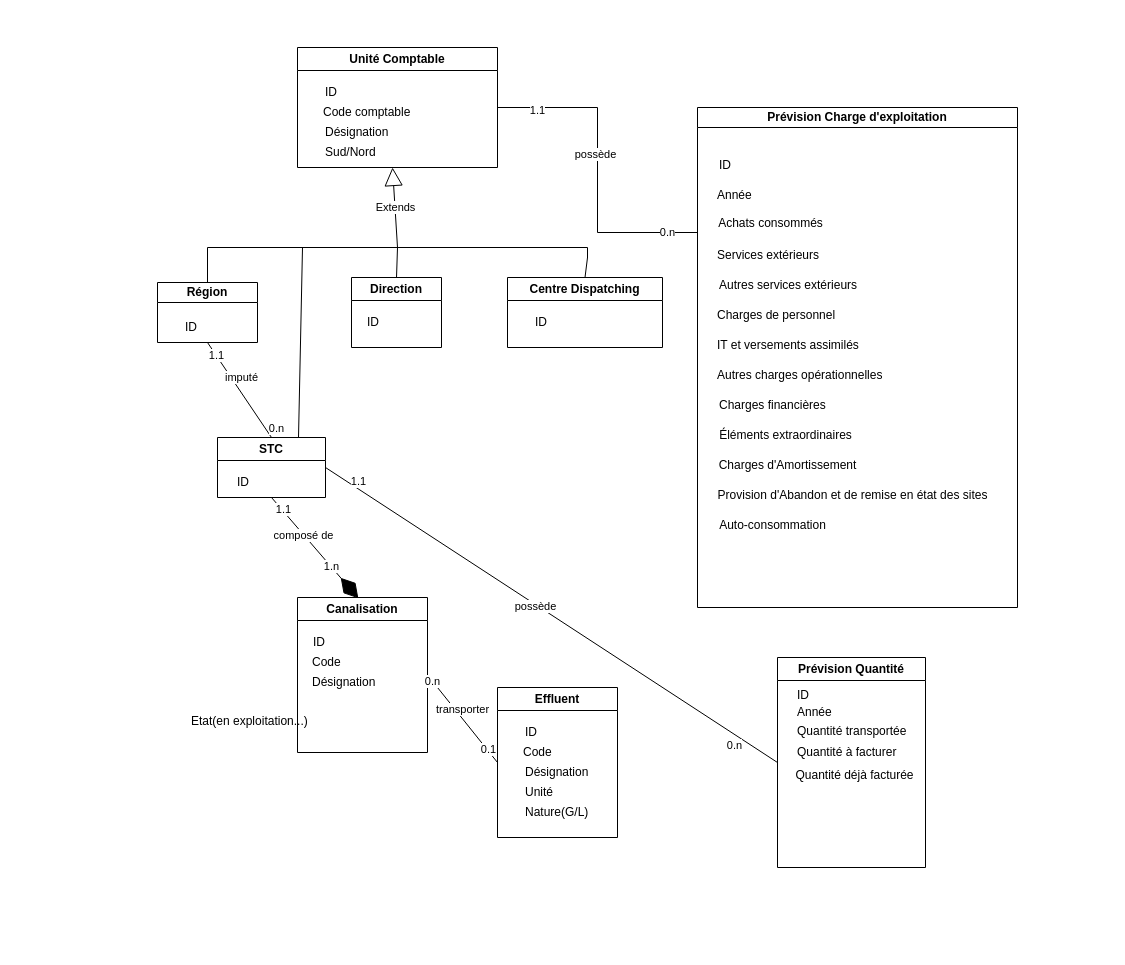
Earlier version of the draw.io diagram Diagramme de class Tarification.drawio.xml (saddambelabed/Conception). Source tidied: cells renumbered, new cells numbered last; positions are measured from the earlier drawing's top-left corner, leaving out a move shared by most shapes. Both pictures are drawn from the tidied source at 100%, with x=0, y=0 at pixel (157, 47).
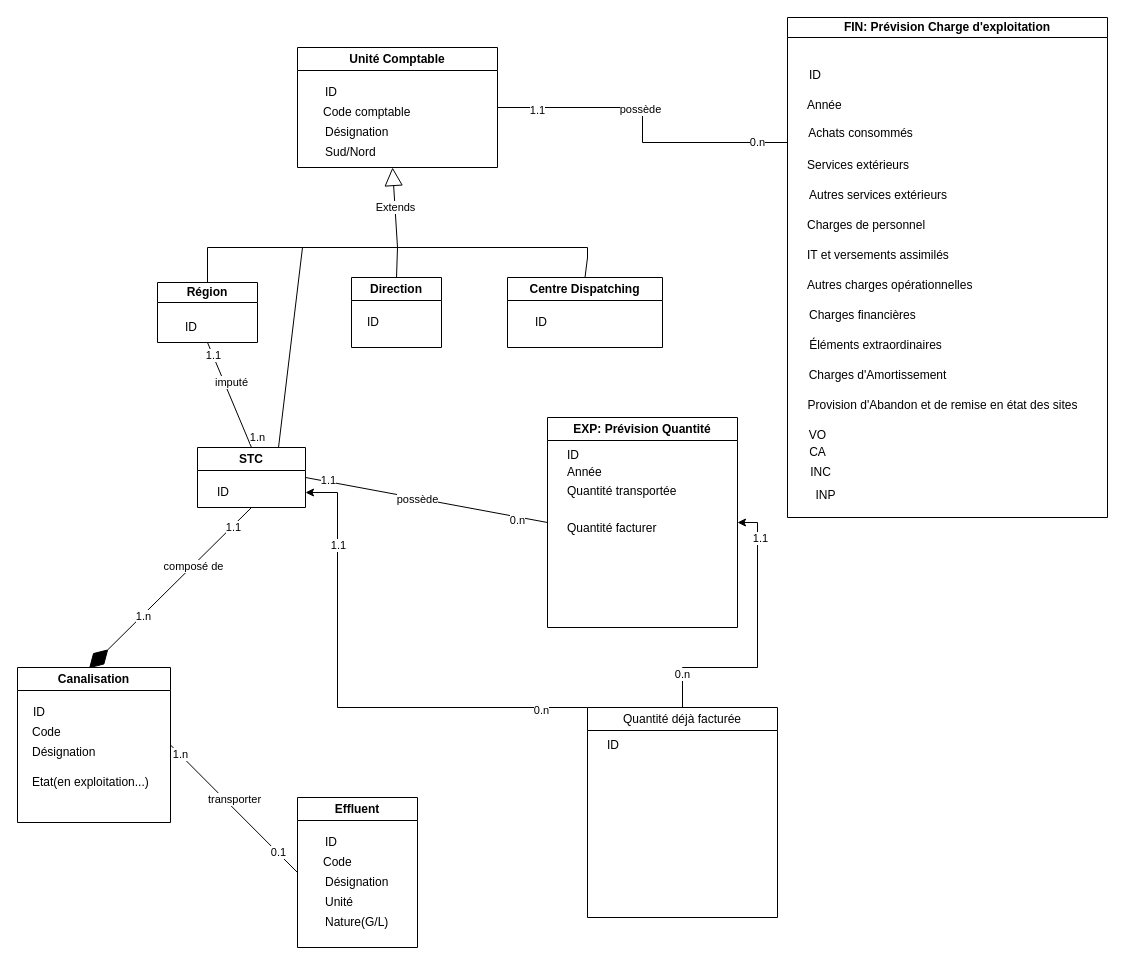
After the change.

Commit message:
Mettre à jour Diagramme de class Tarification.drawio.xml

The change refers to these unchanged cells:
```xml
<mxCell id="44" value="transporter" style="html=1;verticalAlign=bottom;endArrow=none;rounded=0;exitX=1;exitY=0.5;exitDx=0;exitDy=0;entryX=0;entryY=0.5;entryDx=0;entryDy=0;endFill=0;" parent="1" edge="1" source="18" target="22">
  <mxGeometry relative="1" as="geometry" />
</mxCell>
<mxCell id="47" value="imputé" style="html=1;verticalAlign=bottom;endArrow=none;rounded=0;exitX=0.5;exitY=0;exitDx=0;exitDy=0;entryX=0.5;entryY=1;entryDx=0;entryDy=0;endFill=0;" parent="1" edge="1" source="16" target="28">
  <mxGeometry x="0.03" y="-3" relative="1" as="geometry" />
</mxCell>
```

Diff of the diagram source:
```diff
@@
     <mxCell id="16" value="STC" style="swimlane;whiteSpace=wrap;html=1;" parent="1" vertex="1">
-      <mxGeometry x="60" y="390" width="108" height="60" as="geometry" />
+      <mxGeometry x="40" y="400" width="108" height="60" as="geometry" />
     </mxCell>
@@
     <mxCell id="18" value="Canalisation" style="swimlane;whiteSpace=wrap;html=1;" parent="1" vertex="1">
-      <mxGeometry x="140" y="550" width="130" height="155" as="geometry" />
+      <mxGeometry x="-140" y="620" width="153" height="155" as="geometry" />
     </mxCell>
@@
+    <mxCell id="70" value="Etat(en exploitation...)" style="text;html=1;align=left;verticalAlign=middle;strokeColor=none;fillColor=none;" parent="18" vertex="1">
+      <mxGeometry x="13" y="100" width="140" height="30" as="geometry" />
+    </mxCell>
     <mxCell id="22" value="Effluent" style="swimlane;whiteSpace=wrap;html=1;" parent="1" vertex="1">
-      <mxGeometry x="340" y="640" width="120" height="150" as="geometry" />
+      <mxGeometry x="140" y="750" width="120" height="150" as="geometry" />
     </mxCell>
@@
-    <mxCell id="46" value="0.n" style="edgeLabel;html=1;align=center;verticalAlign=middle;" parent="44" vertex="1">
+    <mxCell id="46" value="1.n" style="edgeLabel;html=1;align=center;verticalAlign=middle;" parent="44" vertex="1">
       <mxGeometry x="-0.86" relative="1" as="geometry" />
     </mxCell>
@@
-    <mxCell id="49" value="0.n" style="edgeLabel;html=1;align=center;verticalAlign=middle;" parent="47" vertex="1">
+    <mxCell id="49" value="1.n" style="edgeLabel;html=1;align=center;verticalAlign=middle;" parent="47" vertex="1">
       <mxGeometry x="-0.87" relative="1" as="geometry">
         <mxPoint x="8" y="-4" as="offset" />
       </mxGeometry>
     </mxCell>
-    <mxCell id="50" value="Prévision Quantité" style="swimlane;whiteSpace=wrap;html=1;" parent="1" vertex="1">
-      <mxGeometry x="620" y="610" width="148" height="210" as="geometry" />
+    <mxCell id="50" value="EXP: Prévision Quantité" style="swimlane;whiteSpace=wrap;html=1;startSize=23;" parent="1" vertex="1">
+      <mxGeometry x="390" y="370" width="190" height="210" as="geometry" />
     </mxCell>
@@
-    <mxCell id="54" value="&lt;span style=&quot;text-align: left;&quot;&gt;Quantité déjà&amp;nbsp;facturée&lt;/span&gt;" style="text;html=1;align=center;verticalAlign=middle;points=[];strokeColor=none;fillColor=none;" parent="50" vertex="1">
-      <mxGeometry x="7" y="103" width="140" height="30" as="geometry" />
-    </mxCell>
-    <mxCell id="55" value="Quantité à facturer" style="text;html=1;align=left;verticalAlign=middle;strokeColor=none;fillColor=none;" parent="50" vertex="1">
-      <mxGeometry x="18" y="80" width="120" height="30" as="geometry" />
+    <mxCell id="55" value="Quantité facturer" style="text;html=1;align=left;verticalAlign=middle;strokeColor=none;fillColor=none;" parent="50" vertex="1">
+      <mxGeometry x="18" y="96" width="110" height="30" as="geometry" />
     </mxCell>
-    <mxCell id="56" value="Prévision Charge d'exploitation" style="swimlane;whiteSpace=wrap;html=1;startSize=20;" parent="1" vertex="1">
-      <mxGeometry x="540" y="60" width="320" height="500" as="geometry" />
+    <mxCell id="56" value="FIN: Prévision Charge d'exploitation" style="swimlane;whiteSpace=wrap;html=1;startSize=20;" parent="1" vertex="1">
+      <mxGeometry x="630" y="-30" width="320" height="500" as="geometry" />
     </mxCell>
@@
-    <mxCell id="69" value="Auto-consommation" style="text;html=1;align=center;verticalAlign=middle;strokeColor=none;fillColor=none;" parent="56" vertex="1">
-      <mxGeometry x="10" y="403" width="130" height="30" as="geometry" />
+    <mxCell id="69" value="VO" style="text;html=1;align=center;verticalAlign=middle;strokeColor=none;fillColor=none;" parent="56" vertex="1">
+      <mxGeometry x="10" y="403" width="40" height="30" as="geometry" />
     </mxCell>
-    <mxCell id="70" value="Etat(en exploitation...)" style="text;html=1;align=left;verticalAlign=middle;strokeColor=none;fillColor=none;" parent="1" vertex="1">
-      <mxGeometry x="32" y="659" width="140" height="30" as="geometry" />
-    </mxCell>
+    <mxCell id="71" value="INC" style="text;html=1;align=center;verticalAlign=middle;strokeColor=none;fillColor=none;" parent="56" vertex="1">
+      <mxGeometry x="13" y="440" width="40" height="30" as="geometry" />
+    </mxCell>
+    <mxCell id="72" value="INP" style="text;html=1;align=center;verticalAlign=middle;strokeColor=none;fillColor=none;" parent="56" vertex="1">
+      <mxGeometry x="18" y="463" width="40" height="30" as="geometry" />
+    </mxCell>
+    <mxCell id="73" value="CA" style="text;html=1;align=center;verticalAlign=middle;strokeColor=none;fillColor=none;" parent="56" vertex="1">
+      <mxGeometry x="10" y="420" width="40" height="30" as="geometry" />
+    </mxCell>
+    <mxCell id="74" style="edgeStyle=orthogonalEdgeStyle;rounded=0;jettySize=auto;html=1;entryX=1;entryY=0.75;entryDx=0;entryDy=0;" parent="1" edge="1" source="54" target="16">
+      <mxGeometry relative="1" as="geometry">
+        <Array as="points">
+          <mxPoint x="180" y="660" />
+          <mxPoint x="180" y="445" />
+        </Array>
+      </mxGeometry>
+    </mxCell>
+    <mxCell id="75" value="1.1" style="edgeLabel;html=1;align=center;verticalAlign=middle;" parent="74" vertex="1">
+      <mxGeometry x="0.66" relative="1" as="geometry" />
+    </mxCell>
+    <mxCell id="76" value="0.n" style="edgeLabel;html=1;align=center;verticalAlign=middle;" parent="74" vertex="1">
+      <mxGeometry x="-0.81" y="2" relative="1" as="geometry" />
+    </mxCell>
+    <mxCell id="77" style="edgeStyle=orthogonalEdgeStyle;rounded=0;jettySize=auto;html=1;entryX=1;entryY=0.5;entryDx=0;entryDy=0;" parent="1" edge="1" source="54" target="50">
+      <mxGeometry relative="1" as="geometry" />
+    </mxCell>
+    <mxCell id="78" value="1.1" style="edgeLabel;html=1;align=center;verticalAlign=middle;" parent="77" vertex="1">
+      <mxGeometry x="0.75" y="-2" relative="1" as="geometry" />
+    </mxCell>
+    <mxCell id="79" value="0.n" style="edgeLabel;html=1;align=center;verticalAlign=middle;" parent="77" vertex="1">
+      <mxGeometry x="-0.76" y="1" relative="1" as="geometry" />
+    </mxCell>
+    <mxCell id="54" value="&lt;span style=&quot;font-weight: 400; text-align: left;&quot;&gt;Quantité déjà&amp;nbsp;facturée&lt;/span&gt;" style="swimlane;whiteSpace=wrap;html=1;startSize=23;" parent="1" vertex="1">
+      <mxGeometry x="430" y="660" width="190" height="210" as="geometry" />
+    </mxCell>
+    <mxCell id="80" value="ID" style="text;html=1;align=left;verticalAlign=middle;strokeColor=none;fillColor=none;" parent="54" vertex="1">
+      <mxGeometry x="18" y="23" width="40" height="30" as="geometry" />
+    </mxCell>
```
